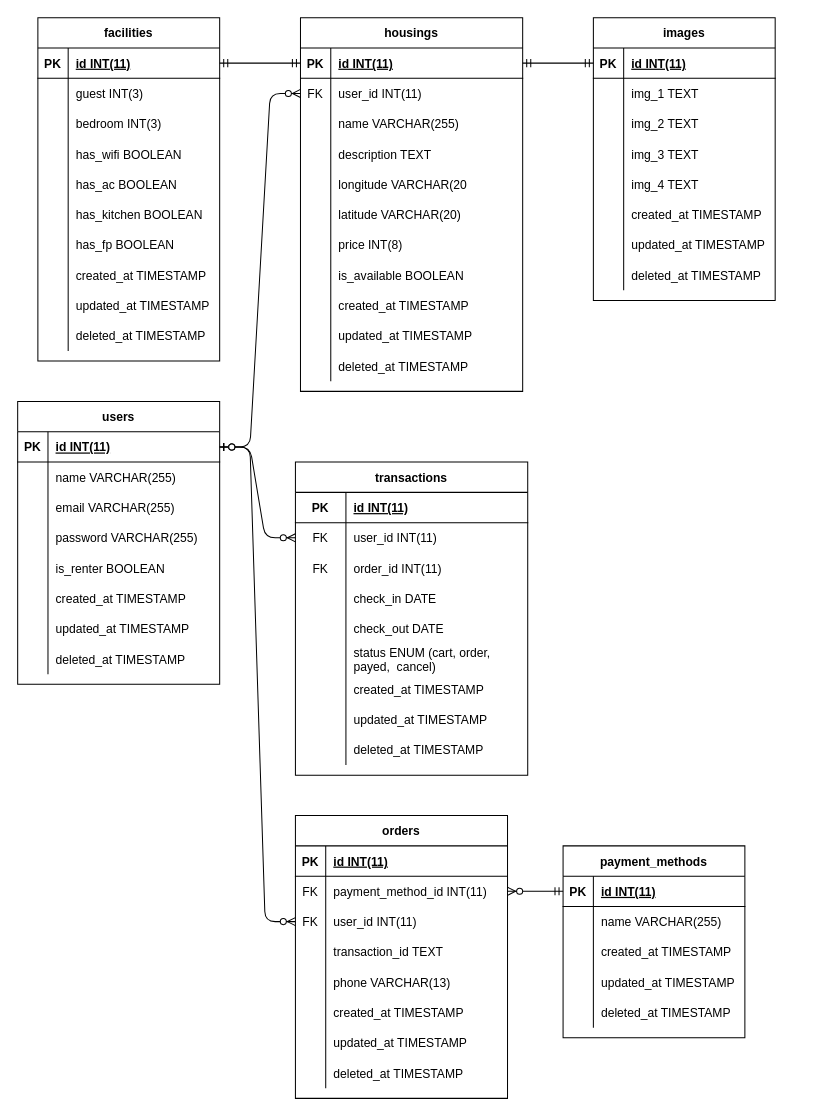
This is ERD/erd.drawio from airbnb-group-2/BE, a draw.io file, before an edit. Source tidied: cells renumbered, new cells numbered last; positions are measured from the earlier drawing's top-left corner, leaving out a move shared by most shapes. Both pictures are drawn from the tidied source at 101%, with x=0, y=0 at pixel (17, 17).
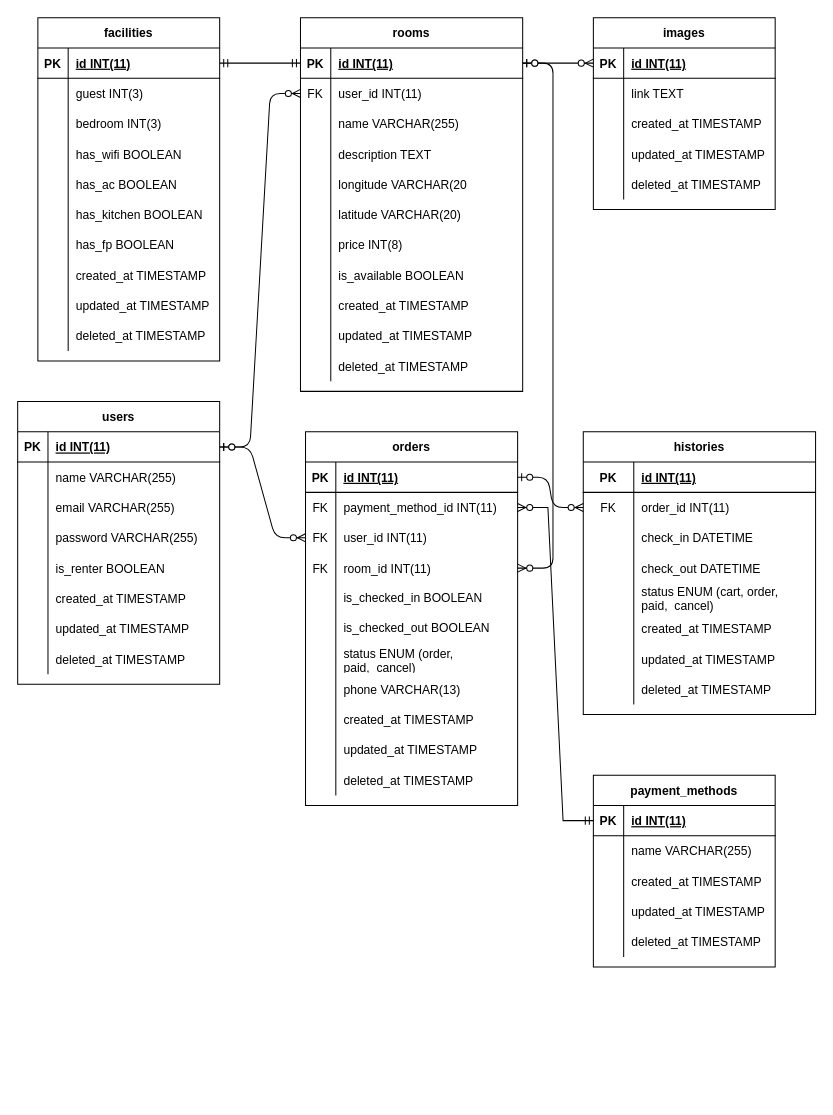
The same diagram, later.

Commit message:
update structure ERD

Unchanged cells that the change refers to:
```xml
<mxCell id="3" style="shape=tableRow;horizontal=0;startSize=0;swimlaneHead=0;swimlaneBody=0;fillColor=none;points=[[0,0.5],[1,0.5]];portConstraint=eastwest;top=0;left=0;right=0;bottom=1;" parent="2" vertex="1">
  <mxGeometry y="30" width="200" height="30" as="geometry" />
</mxCell>
<mxCell id="28" style="shape=tableRow;horizontal=0;startSize=0;swimlaneHead=0;swimlaneBody=0;fillColor=none;points=[[0,0.5],[1,0.5]];portConstraint=eastwest;top=0;left=0;right=0;bottom=1;" parent="27" vertex="1">
  <mxGeometry y="30" width="220" height="30" as="geometry" />
</mxCell>
<mxCell id="81" style="shape=tableRow;horizontal=0;startSize=0;swimlaneHead=0;swimlaneBody=0;fillColor=none;points=[[0,0.5],[1,0.5]];portConstraint=eastwest;top=0;left=0;right=0;bottom=0;" parent="77" vertex="1">
  <mxGeometry y="60" width="230" height="30" as="geometry" />
</mxCell>
<mxCell id="138" style="shape=tableRow;horizontal=0;startSize=0;swimlaneHead=0;swimlaneBody=0;fillColor=none;points=[[0,0.5],[1,0.5]];portConstraint=eastwest;top=0;left=0;right=0;bottom=1;" parent="137" vertex="1">
  <mxGeometry y="30" width="210" height="30" as="geometry" />
</mxCell>
<mxCell id="147" style="shape=tableRow;horizontal=0;startSize=0;swimlaneHead=0;swimlaneBody=0;fillColor=none;points=[[0,0.5],[1,0.5]];portConstraint=eastwest;top=0;left=0;right=0;bottom=0;" parent="137" vertex="1">
  <mxGeometry y="120" width="210" height="30" as="geometry" />
</mxCell>
<mxCell id="165" style="shape=tableRow;horizontal=0;startSize=0;swimlaneHead=0;swimlaneBody=0;fillColor=none;points=[[0,0.5],[1,0.5]];portConstraint=eastwest;top=0;left=0;right=0;bottom=1;" parent="164" vertex="1">
  <mxGeometry y="30" width="180" height="30" as="geometry" />
</mxCell>
<mxCell id="168" style="shape=tableRow;horizontal=0;startSize=0;swimlaneHead=0;swimlaneBody=0;fillColor=none;top=0;left=0;right=0;bottom=0;" parent="164" vertex="1">
  <mxGeometry y="60" width="180" height="30" as="geometry" />
</mxCell>
```

Diff of the diagram source:
```diff
@@
-    <mxCell id="27" value="housings" style="shape=table;startSize=30;childLayout=tableLayout;rowLines=0;fontStyle=1;align=center;" parent="1" vertex="1">
+    <mxCell id="27" value="rooms" style="shape=table;startSize=30;childLayout=tableLayout;rowLines=0;fontStyle=1;align=center;" parent="1" vertex="1">
       <mxGeometry x="280" width="220" height="370" as="geometry" />
     </mxCell>
@@
     <mxCell id="61" value="payment_methods" style="shape=table;startSize=30;childLayout=tableLayout;rowLines=0;fontStyle=1;align=center;" parent="1" vertex="1">
-      <mxGeometry x="540" y="820" width="180" height="190" as="geometry" />
+      <mxGeometry x="570" y="750" width="180" height="190" as="geometry" />
     </mxCell>
@@
-    <mxCell id="77" value="transactions" style="shape=table;startSize=30;childLayout=tableLayout;rowLines=0;fontStyle=1;align=center;" parent="1" vertex="1">
-      <mxGeometry x="275" y="440" width="230" height="310" as="geometry" />
+    <mxCell id="77" value="histories" style="shape=table;startSize=30;childLayout=tableLayout;rowLines=0;fontStyle=1;align=center;" parent="1" vertex="1">
+      <mxGeometry x="560" y="410" width="230" height="280" as="geometry" />
     </mxCell>
@@
-    <mxCell id="83" value="user_id INT(11)" style="shape=partialRectangle;fillColor=none;top=0;left=0;bottom=0;right=0;align=left;spacingLeft=6;fontStyle=0;overflow=hidden;" parent="81" vertex="1">
+    <mxCell id="83" value="order_id INT(11)" style="shape=partialRectangle;fillColor=none;top=0;left=0;bottom=0;right=0;align=left;spacingLeft=6;fontStyle=0;overflow=hidden;" parent="81" vertex="1">
       <mxGeometry x="50" width="180" height="30" as="geometry" />
     </mxCell>
-    <mxCell id="84" style="shape=tableRow;horizontal=0;startSize=0;swimlaneHead=0;swimlaneBody=0;fillColor=none;top=0;left=0;right=0;bottom=0;" parent="77" vertex="1">
-      <mxGeometry y="90" width="230" height="30" as="geometry" />
-    </mxCell>
-    <mxCell id="85" value="FK" style="shape=partialRectangle;fillColor=none;top=0;left=0;bottom=0;right=0;fontStyle=0;overflow=hidden;" parent="84" vertex="1">
-      <mxGeometry width="50" height="30" as="geometry" />
-    </mxCell>
-    <mxCell id="86" value="order_id INT(11)" style="shape=partialRectangle;fillColor=none;top=0;left=0;bottom=0;right=0;align=left;spacingLeft=6;fontStyle=0;overflow=hidden;" parent="84" vertex="1">
-      <mxGeometry x="50" width="180" height="30" as="geometry" />
-    </mxCell>
     <mxCell id="87" style="shape=tableRow;horizontal=0;startSize=0;swimlaneHead=0;swimlaneBody=0;fillColor=none;top=0;left=0;right=0;bottom=0;" parent="77" vertex="1">
-      <mxGeometry y="120" width="230" height="30" as="geometry" />
+      <mxGeometry y="90" width="230" height="30" as="geometry" />
     </mxCell>
@@
-    <mxCell id="89" value="check_in DATE" style="shape=partialRectangle;fillColor=none;top=0;left=0;bottom=0;right=0;align=left;spacingLeft=6;overflow=hidden;" parent="87" vertex="1">
+    <mxCell id="89" value="check_in DATETIME" style="shape=partialRectangle;fillColor=none;top=0;left=0;bottom=0;right=0;align=left;spacingLeft=6;overflow=hidden;" parent="87" vertex="1">
       <mxGeometry x="50" width="180" height="30" as="geometry" />
     </mxCell>
     <mxCell id="90" style="shape=tableRow;horizontal=0;startSize=0;swimlaneHead=0;swimlaneBody=0;fillColor=none;top=0;left=0;right=0;bottom=0;" parent="77" vertex="1">
-      <mxGeometry y="150" width="230" height="30" as="geometry" />
+      <mxGeometry y="120" width="230" height="30" as="geometry" />
     </mxCell>
@@
-    <mxCell id="92" value="check_out DATE" style="shape=partialRectangle;fillColor=none;top=0;left=0;bottom=0;right=0;align=left;spacingLeft=6;overflow=hidden;" parent="90" vertex="1">
+    <mxCell id="92" value="check_out DATETIME" style="shape=partialRectangle;fillColor=none;top=0;left=0;bottom=0;right=0;align=left;spacingLeft=6;overflow=hidden;" parent="90" vertex="1">
       <mxGeometry x="50" width="180" height="30" as="geometry" />
     </mxCell>
     <mxCell id="93" style="shape=tableRow;horizontal=0;startSize=0;swimlaneHead=0;swimlaneBody=0;fillColor=none;top=0;left=0;right=0;bottom=0;" parent="77" vertex="1">
-      <mxGeometry y="180" width="230" height="30" as="geometry" />
+      <mxGeometry y="150" width="230" height="30" as="geometry" />
     </mxCell>
@@
-    <mxCell id="95" value="status ENUM (cart, order,&#10;payed,  cancel)" style="shape=partialRectangle;fillColor=none;top=0;left=0;bottom=0;right=0;align=left;spacingLeft=6;overflow=hidden;" parent="93" vertex="1">
+    <mxCell id="95" value="status ENUM (cart, order,&#10;paid,  cancel)" style="shape=partialRectangle;fillColor=none;top=0;left=0;bottom=0;right=0;align=left;spacingLeft=6;overflow=hidden;" parent="93" vertex="1">
       <mxGeometry x="50" width="180" height="30" as="geometry" />
     </mxCell>
     <mxCell id="96" style="shape=tableRow;horizontal=0;startSize=0;swimlaneHead=0;swimlaneBody=0;fillColor=none;top=0;left=0;right=0;bottom=0;" parent="77" vertex="1">
-      <mxGeometry y="210" width="230" height="30" as="geometry" />
+      <mxGeometry y="180" width="230" height="30" as="geometry" />
     </mxCell>
@@
     <mxCell id="99" style="shape=tableRow;horizontal=0;startSize=0;swimlaneHead=0;swimlaneBody=0;fillColor=none;top=0;left=0;right=0;bottom=0;" parent="77" vertex="1">
-      <mxGeometry y="240" width="230" height="30" as="geometry" />
+      <mxGeometry y="210" width="230" height="30" as="geometry" />
     </mxCell>
@@
     <mxCell id="102" style="shape=tableRow;horizontal=0;startSize=0;swimlaneHead=0;swimlaneBody=0;fillColor=none;top=0;left=0;right=0;bottom=0;" parent="77" vertex="1">
-      <mxGeometry y="270" width="230" height="30" as="geometry" />
+      <mxGeometry y="240" width="230" height="30" as="geometry" />
     </mxCell>
@@
     <mxCell id="137" value="orders" style="shape=table;startSize=30;childLayout=tableLayout;rowLines=0;fontStyle=1;align=center;" parent="1" vertex="1">
-      <mxGeometry x="275" y="790" width="210" height="280" as="geometry" />
+      <mxGeometry x="285" y="410" width="210" height="370" as="geometry" />
     </mxCell>
@@
-    <mxCell id="148" style="shape=partialRectangle;fillColor=none;top=0;left=0;bottom=0;right=0;overflow=hidden;" parent="147" vertex="1">
-      <mxGeometry width="30" height="30" as="geometry" />
-    </mxCell>
-    <mxCell id="149" value="transaction_id TEXT" style="shape=partialRectangle;fillColor=none;top=0;left=0;bottom=0;right=0;align=left;spacingLeft=6;overflow=hidden;" parent="147" vertex="1">
-      <mxGeometry x="30" width="180" height="30" as="geometry" />
-    </mxCell>
+    <mxCell id="85" value="FK" style="shape=partialRectangle;fillColor=none;top=0;left=0;bottom=0;right=0;overflow=hidden;" parent="147" vertex="1">
+      <mxGeometry width="30" height="30" as="geometry" />
+    </mxCell>
+    <mxCell id="192" value="room_id INT(11)" style="shape=partialRectangle;fillColor=none;top=0;left=0;bottom=0;right=0;align=left;spacingLeft=6;overflow=hidden;" parent="147" vertex="1">
+      <mxGeometry x="30" width="180" height="30" as="geometry" />
+    </mxCell>
+    <mxCell id="193" style="shape=tableRow;horizontal=0;startSize=0;swimlaneHead=0;swimlaneBody=0;fillColor=none;top=0;left=0;right=0;bottom=0;" parent="137" vertex="1">
+      <mxGeometry y="150" width="210" height="30" as="geometry" />
+    </mxCell>
+    <mxCell id="194" style="shape=partialRectangle;fillColor=none;top=0;left=0;bottom=0;right=0;overflow=hidden;" parent="193" vertex="1">
+      <mxGeometry width="30" height="30" as="geometry" />
+    </mxCell>
+    <mxCell id="195" value="is_checked_in BOOLEAN" style="shape=partialRectangle;fillColor=none;top=0;left=0;bottom=0;right=0;align=left;spacingLeft=6;overflow=hidden;whiteSpace=wrap;" parent="193" vertex="1">
+      <mxGeometry x="30" width="180" height="30" as="geometry" />
+    </mxCell>
+    <mxCell id="196" style="shape=tableRow;horizontal=0;startSize=0;swimlaneHead=0;swimlaneBody=0;fillColor=none;top=0;left=0;right=0;bottom=0;" parent="137" vertex="1">
+      <mxGeometry y="180" width="210" height="30" as="geometry" />
+    </mxCell>
+    <mxCell id="197" style="shape=partialRectangle;fillColor=none;top=0;left=0;bottom=0;right=0;overflow=hidden;" parent="196" vertex="1">
+      <mxGeometry width="30" height="30" as="geometry" />
+    </mxCell>
+    <mxCell id="198" value="is_checked_out BOOLEAN" style="shape=partialRectangle;fillColor=none;top=0;left=0;bottom=0;right=0;align=left;spacingLeft=6;overflow=hidden;whiteSpace=wrap;" parent="196" vertex="1">
+      <mxGeometry x="30" width="180" height="30" as="geometry" />
+    </mxCell>
+    <mxCell id="199" style="shape=tableRow;horizontal=0;startSize=0;swimlaneHead=0;swimlaneBody=0;fillColor=none;top=0;left=0;right=0;bottom=0;" parent="137" vertex="1">
+      <mxGeometry y="210" width="210" height="30" as="geometry" />
+    </mxCell>
+    <mxCell id="200" style="shape=partialRectangle;fillColor=none;top=0;left=0;bottom=0;right=0;overflow=hidden;" parent="199" vertex="1">
+      <mxGeometry width="30" height="30" as="geometry" />
+    </mxCell>
+    <mxCell id="201" value="status ENUM (order,&#10;paid,  cancel)" style="shape=partialRectangle;fillColor=none;top=0;left=0;bottom=0;right=0;align=left;spacingLeft=6;overflow=hidden;whiteSpace=wrap;" parent="199" vertex="1">
+      <mxGeometry x="30" width="180" height="30" as="geometry" />
+    </mxCell>
     <mxCell id="150" style="shape=tableRow;horizontal=0;startSize=0;swimlaneHead=0;swimlaneBody=0;fillColor=none;top=0;left=0;right=0;bottom=0;" parent="137" vertex="1">
-      <mxGeometry y="150" width="210" height="30" as="geometry" />
+      <mxGeometry y="240" width="210" height="30" as="geometry" />
     </mxCell>
@@
     <mxCell id="153" style="shape=tableRow;horizontal=0;startSize=0;swimlaneHead=0;swimlaneBody=0;fillColor=none;top=0;left=0;right=0;bottom=0;" parent="137" vertex="1">
-      <mxGeometry y="180" width="210" height="30" as="geometry" />
+      <mxGeometry y="270" width="210" height="30" as="geometry" />
     </mxCell>
@@
     <mxCell id="156" style="shape=tableRow;horizontal=0;startSize=0;swimlaneHead=0;swimlaneBody=0;fillColor=none;top=0;left=0;right=0;bottom=0;" parent="137" vertex="1">
-      <mxGeometry y="210" width="210" height="30" as="geometry" />
+      <mxGeometry y="300" width="210" height="30" as="geometry" />
     </mxCell>
@@
     <mxCell id="159" style="shape=tableRow;horizontal=0;startSize=0;swimlaneHead=0;swimlaneBody=0;fillColor=none;top=0;left=0;right=0;bottom=0;" parent="137" vertex="1">
-      <mxGeometry y="240" width="210" height="30" as="geometry" />
+      <mxGeometry y="330" width="210" height="30" as="geometry" />
     </mxCell>
@@
     <mxCell id="164" value="images" style="shape=table;startSize=30;childLayout=tableLayout;rowLines=0;fontStyle=1;align=center;" parent="1" vertex="1">
-      <mxGeometry x="570" width="180" height="280" as="geometry" />
+      <mxGeometry x="570" width="180" height="190" as="geometry" />
     </mxCell>
@@
-    <mxCell id="170" value="img_1 TEXT" style="shape=partialRectangle;fillColor=none;top=0;left=0;bottom=0;right=0;align=left;spacingLeft=6;overflow=hidden;" parent="168" vertex="1">
+    <mxCell id="170" value="link TEXT" style="shape=partialRectangle;fillColor=none;top=0;left=0;bottom=0;right=0;align=left;spacingLeft=6;overflow=hidden;" parent="168" vertex="1">
       <mxGeometry x="30" width="150" height="30" as="geometry" />
     </mxCell>
-    <mxCell id="171" style="shape=tableRow;horizontal=0;startSize=0;swimlaneHead=0;swimlaneBody=0;fillColor=none;top=0;left=0;right=0;bottom=0;" parent="164" vertex="1">
-      <mxGeometry y="90" width="180" height="30" as="geometry" />
-    </mxCell>
-    <mxCell id="172" style="shape=partialRectangle;fillColor=none;top=0;left=0;bottom=0;right=0;overflow=hidden;" parent="171" vertex="1">
-      <mxGeometry width="30" height="30" as="geometry" />
-    </mxCell>
-    <mxCell id="173" value="img_2 TEXT" style="shape=partialRectangle;fillColor=none;top=0;left=0;bottom=0;right=0;align=left;spacingLeft=6;overflow=hidden;" parent="171" vertex="1">
-      <mxGeometry x="30" width="150" height="30" as="geometry" />
-    </mxCell>
-    <mxCell id="174" style="shape=tableRow;horizontal=0;startSize=0;swimlaneHead=0;swimlaneBody=0;fillColor=none;top=0;left=0;right=0;bottom=0;" parent="164" vertex="1">
-      <mxGeometry y="120" width="180" height="30" as="geometry" />
-    </mxCell>
-    <mxCell id="175" style="shape=partialRectangle;fillColor=none;top=0;left=0;bottom=0;right=0;overflow=hidden;" parent="174" vertex="1">
-      <mxGeometry width="30" height="30" as="geometry" />
-    </mxCell>
-    <mxCell id="176" value="img_3 TEXT" style="shape=partialRectangle;fillColor=none;top=0;left=0;bottom=0;right=0;align=left;spacingLeft=6;overflow=hidden;" parent="174" vertex="1">
-      <mxGeometry x="30" width="150" height="30" as="geometry" />
-    </mxCell>
-    <mxCell id="177" style="shape=tableRow;horizontal=0;startSize=0;swimlaneHead=0;swimlaneBody=0;fillColor=none;top=0;left=0;right=0;bottom=0;" parent="164" vertex="1">
-      <mxGeometry y="150" width="180" height="30" as="geometry" />
-    </mxCell>
-    <mxCell id="178" style="shape=partialRectangle;fillColor=none;top=0;left=0;bottom=0;right=0;overflow=hidden;" parent="177" vertex="1">
-      <mxGeometry width="30" height="30" as="geometry" />
-    </mxCell>
-    <mxCell id="179" value="img_4 TEXT" style="shape=partialRectangle;fillColor=none;top=0;left=0;bottom=0;right=0;align=left;spacingLeft=6;overflow=hidden;" parent="177" vertex="1">
-      <mxGeometry x="30" width="150" height="30" as="geometry" />
-    </mxCell>
     <mxCell id="180" style="shape=tableRow;horizontal=0;startSize=0;swimlaneHead=0;swimlaneBody=0;fillColor=none;top=0;left=0;right=0;bottom=0;" parent="164" vertex="1">
-      <mxGeometry y="180" width="180" height="30" as="geometry" />
+      <mxGeometry y="90" width="180" height="30" as="geometry" />
     </mxCell>
@@
     <mxCell id="183" style="shape=tableRow;horizontal=0;startSize=0;swimlaneHead=0;swimlaneBody=0;fillColor=none;top=0;left=0;right=0;bottom=0;" parent="164" vertex="1">
-      <mxGeometry y="210" width="180" height="30" as="geometry" />
+      <mxGeometry y="120" width="180" height="30" as="geometry" />
     </mxCell>
@@
     <mxCell id="186" style="shape=tableRow;horizontal=0;startSize=0;swimlaneHead=0;swimlaneBody=0;fillColor=none;top=0;left=0;right=0;bottom=0;" parent="164" vertex="1">
-      <mxGeometry y="240" width="180" height="30" as="geometry" />
+      <mxGeometry y="150" width="180" height="30" as="geometry" />
     </mxCell>
@@
-    <mxCell id="189" style="edgeStyle=entityRelationEdgeStyle;fontSize=12;html=1;endArrow=ERmandOne;startArrow=ERmandOne;entryX=0;entryY=0.5;entryDx=0;entryDy=0;" parent="1" edge="1" source="28" target="165">
-      <mxGeometry relative="1" as="geometry" />
-    </mxCell>
-    <mxCell id="190" style="edgeStyle=entityRelationEdgeStyle;fontSize=12;html=1;endArrow=ERzeroToMany;startArrow=ERzeroToOne;" parent="1" edge="1" source="3" target="81">
+    <mxCell id="190" style="edgeStyle=entityRelationEdgeStyle;fontSize=12;html=1;endArrow=ERzeroToMany;startArrow=ERzeroToOne;exitX=1;exitY=0.5;exitDx=0;exitDy=0;" parent="1" edge="1" source="138" target="81">
       <mxGeometry relative="1" as="geometry" />
     </mxCell>
@@
+    <mxCell id="202" style="edgeStyle=entityRelationEdgeStyle;fontSize=12;html=1;endArrow=ERzeroToMany;startArrow=ERzeroToOne;entryX=1;entryY=0.5;entryDx=0;entryDy=0;" parent="1" edge="1" source="28" target="147">
+      <mxGeometry relative="1" as="geometry" />
+    </mxCell>
+    <mxCell id="189" style="edgeStyle=entityRelationEdgeStyle;fontSize=12;html=1;endArrow=ERzeroToMany;startArrow=ERzeroToOne;entryX=0;entryY=0.5;entryDx=0;entryDy=0;exitX=1;exitY=0.5;exitDx=0;exitDy=0;" parent="1" edge="1" source="28" target="165">
+      <mxGeometry relative="1" as="geometry" />
+    </mxCell>
```
